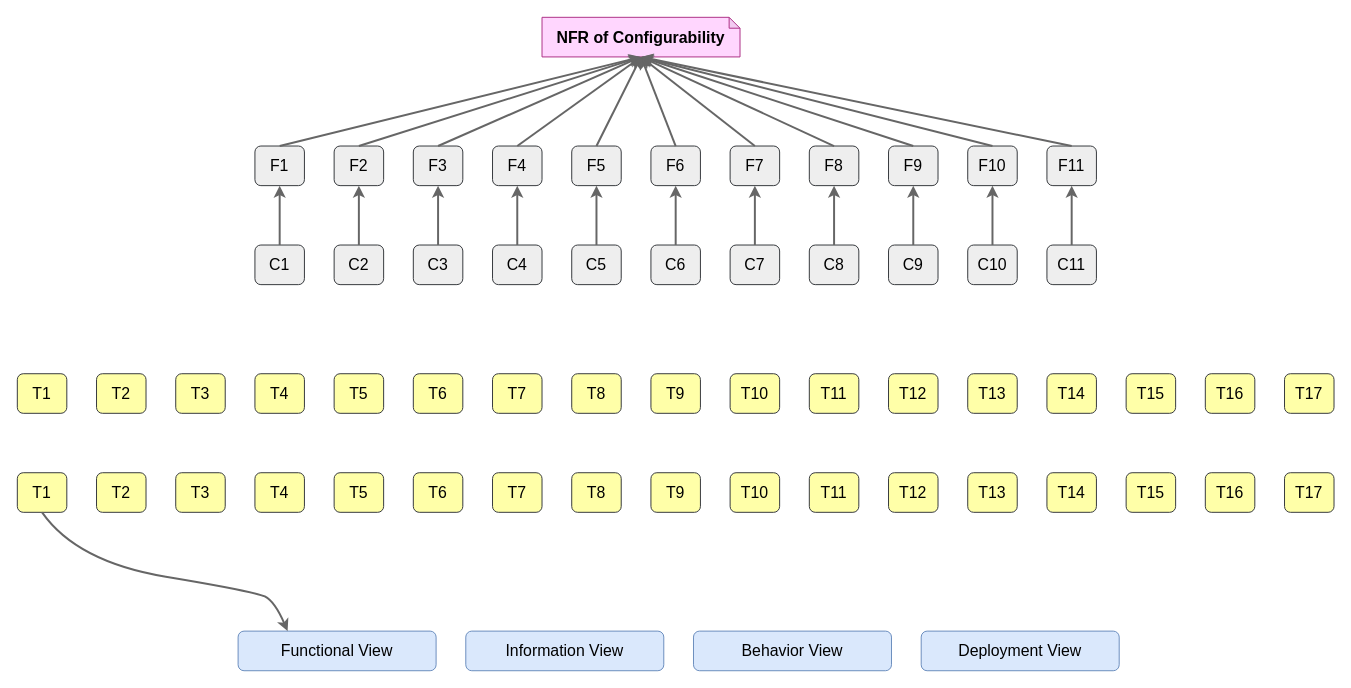
ShineSoYoung/TEST keeps this draw.io diagram as final_nfr_traceability.drawio. Above is the earlier version. Source tidied: cells renumbered, new cells numbered last; positions are measured from the earlier drawing's top-left corner, leaving out a move shared by most shapes. Both pictures are drawn from the tidied source at 99%, with x=0, y=0 at pixel (17, 17).
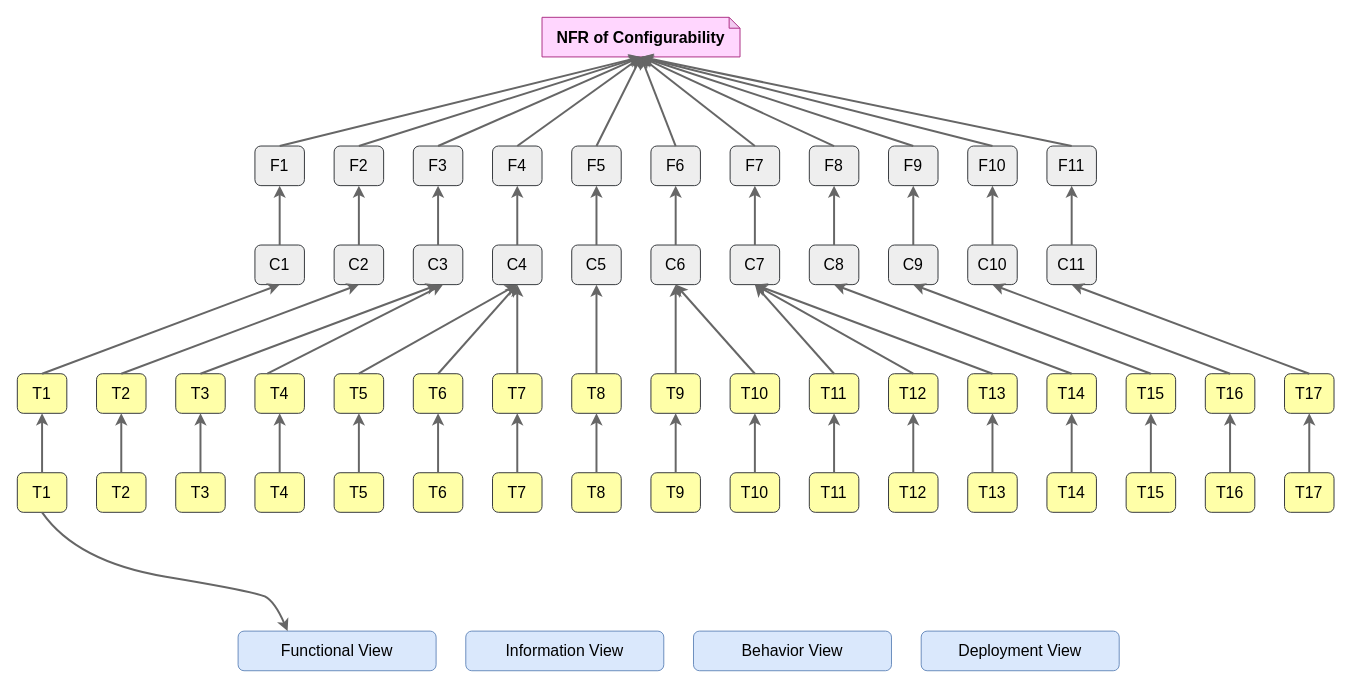
Above is the later version.

Unchanged cells that the change refers to:
```xml
<mxCell id="14" value="&lt;font style=&quot;font-size: 16px;&quot;&gt;C1&lt;/font&gt;" style="rounded=1;whiteSpace=wrap;html=1;fillColor=#eeeeee;strokeColor=#36393d;" parent="1" vertex="1">
<mxCell id="15" value="&lt;font style=&quot;font-size: 16px;&quot;&gt;C2&lt;/font&gt;" style="rounded=1;whiteSpace=wrap;html=1;fillColor=#eeeeee;strokeColor=#36393d;" parent="1" vertex="1">
<mxCell id="16" value="&lt;font style=&quot;font-size: 16px;&quot;&gt;C3&lt;/font&gt;" style="rounded=1;whiteSpace=wrap;html=1;fillColor=#eeeeee;strokeColor=#36393d;" parent="1" vertex="1">
<mxCell id="17" value="&lt;font style=&quot;font-size: 16px;&quot;&gt;C4&lt;/font&gt;" style="rounded=1;whiteSpace=wrap;html=1;fillColor=#eeeeee;strokeColor=#36393d;" parent="1" vertex="1">
<mxCell id="18" value="&lt;font style=&quot;font-size: 16px;&quot;&gt;C5&lt;/font&gt;" style="rounded=1;whiteSpace=wrap;html=1;fillColor=#eeeeee;strokeColor=#36393d;" parent="1" vertex="1">
<mxCell id="19" value="&lt;font style=&quot;font-size: 16px;&quot;&gt;C6&lt;/font&gt;" style="rounded=1;whiteSpace=wrap;html=1;fillColor=#eeeeee;strokeColor=#36393d;" parent="1" vertex="1">
<mxCell id="20" value="&lt;font style=&quot;font-size: 16px;&quot;&gt;C7&lt;/font&gt;" style="rounded=1;whiteSpace=wrap;html=1;fillColor=#eeeeee;strokeColor=#36393d;" parent="1" vertex="1">
<mxCell id="21" value="&lt;font style=&quot;font-size: 16px;&quot;&gt;C8&lt;/font&gt;" style="rounded=1;whiteSpace=wrap;html=1;fillColor=#eeeeee;strokeColor=#36393d;" parent="1" vertex="1">
<mxCell id="22" value="&lt;font style=&quot;font-size: 16px;&quot;&gt;C9&lt;/font&gt;" style="rounded=1;whiteSpace=wrap;html=1;fillColor=#eeeeee;strokeColor=#36393d;" parent="1" vertex="1">
<mxCell id="23" value="&lt;font style=&quot;font-size: 16px;&quot;&gt;C10&lt;/font&gt;" style="rounded=1;whiteSpace=wrap;html=1;fillColor=#eeeeee;strokeColor=#36393d;" parent="1" vertex="1">
<mxCell id="24" value="&lt;font style=&quot;font-size: 16px;&quot;&gt;C11&lt;/font&gt;" style="rounded=1;whiteSpace=wrap;html=1;fillColor=#eeeeee;strokeColor=#36393d;" parent="1" vertex="1">
<mxCell id="25" value="&lt;font style=&quot;font-size: 16px;&quot;&gt;T1&lt;/font&gt;" style="rounded=1;whiteSpace=wrap;html=1;fillColor=#ffffa8;strokeColor=#36393d;" parent="1" vertex="1">
<mxCell id="26" value="&lt;font style=&quot;font-size: 16px;&quot;&gt;T2&lt;/font&gt;" style="rounded=1;whiteSpace=wrap;html=1;fillColor=#ffffa8;strokeColor=#36393d;" parent="1" vertex="1">
<mxCell id="27" value="&lt;font style=&quot;font-size: 16px;&quot;&gt;T3&lt;/font&gt;" style="rounded=1;whiteSpace=wrap;html=1;fillColor=#ffffa8;strokeColor=#36393d;" parent="1" vertex="1">
<mxCell id="28" value="&lt;font style=&quot;font-size: 16px;&quot;&gt;T4&lt;/font&gt;" style="rounded=1;whiteSpace=wrap;html=1;fillColor=#ffffa8;strokeColor=#36393d;" parent="1" vertex="1">
<mxCell id="29" value="&lt;font style=&quot;font-size: 16px;&quot;&gt;T5&lt;/font&gt;" style="rounded=1;whiteSpace=wrap;html=1;fillColor=#ffffa8;strokeColor=#36393d;" parent="1" vertex="1">
<mxCell id="30" value="&lt;font style=&quot;font-size: 16px;&quot;&gt;T6&lt;/font&gt;" style="rounded=1;whiteSpace=wrap;html=1;fillColor=#ffffa8;strokeColor=#36393d;" parent="1" vertex="1">
<mxCell id="31" value="&lt;font style=&quot;font-size: 16px;&quot;&gt;T7&lt;/font&gt;" style="rounded=1;whiteSpace=wrap;html=1;fillColor=#ffffa8;strokeColor=#36393d;" parent="1" vertex="1">
<mxCell id="32" value="&lt;font style=&quot;font-size: 16px;&quot;&gt;T8&lt;/font&gt;" style="rounded=1;whiteSpace=wrap;html=1;fillColor=#ffffa8;strokeColor=#36393d;" parent="1" vertex="1">
<mxCell id="33" value="&lt;font style=&quot;font-size: 16px;&quot;&gt;T9&lt;/font&gt;" style="rounded=1;whiteSpace=wrap;html=1;fillColor=#ffffa8;strokeColor=#36393d;" parent="1" vertex="1">
<mxCell id="34" value="&lt;font style=&quot;font-size: 16px;&quot;&gt;T10&lt;/font&gt;" style="rounded=1;whiteSpace=wrap;html=1;fillColor=#ffffa8;strokeColor=#36393d;" parent="1" vertex="1">
<mxCell id="35" value="&lt;font style=&quot;font-size: 16px;&quot;&gt;T11&lt;/font&gt;" style="rounded=1;whiteSpace=wrap;html=1;fillColor=#ffffa8;strokeColor=#36393d;" parent="1" vertex="1">
<mxCell id="36" value="&lt;font style=&quot;font-size: 16px;&quot;&gt;T12&lt;/font&gt;" style="rounded=1;whiteSpace=wrap;html=1;fillColor=#ffffa8;strokeColor=#36393d;" parent="1" vertex="1">
<mxCell id="37" value="&lt;font style=&quot;font-size: 16px;&quot;&gt;T13&lt;/font&gt;" style="rounded=1;whiteSpace=wrap;html=1;fillColor=#ffffa8;strokeColor=#36393d;" parent="1" vertex="1">
<mxCell id="38" value="&lt;font style=&quot;font-size: 16px;&quot;&gt;T14&lt;/font&gt;" style="rounded=1;whiteSpace=wrap;html=1;fillColor=#ffffa8;strokeColor=#36393d;" parent="1" vertex="1">
<mxCell id="39" value="&lt;font style=&quot;font-size: 16px;&quot;&gt;T15&lt;/font&gt;" style="rounded=1;whiteSpace=wrap;html=1;fillColor=#ffffa8;strokeColor=#36393d;" parent="1" vertex="1">
<mxCell id="40" value="&lt;font style=&quot;font-size: 16px;&quot;&gt;T16&lt;/font&gt;" style="rounded=1;whiteSpace=wrap;html=1;fillColor=#ffffa8;strokeColor=#36393d;" parent="1" vertex="1">
<mxCell id="41" value="&lt;font style=&quot;font-size: 16px;&quot;&gt;T17&lt;/font&gt;" style="rounded=1;whiteSpace=wrap;html=1;fillColor=#ffffa8;strokeColor=#36393d;" parent="1" vertex="1">
<mxCell id="42" value="&lt;font style=&quot;font-size: 16px;&quot;&gt;T1&lt;/font&gt;" style="rounded=1;whiteSpace=wrap;html=1;fillColor=#ffffa8;strokeColor=#36393d;" parent="1" vertex="1">
<mxCell id="43" value="&lt;font style=&quot;font-size: 16px;&quot;&gt;T2&lt;/font&gt;" style="rounded=1;whiteSpace=wrap;html=1;fillColor=#ffffa8;strokeColor=#36393d;" parent="1" vertex="1">
<mxCell id="44" value="&lt;font style=&quot;font-size: 16px;&quot;&gt;T3&lt;/font&gt;" style="rounded=1;whiteSpace=wrap;html=1;fillColor=#ffffa8;strokeColor=#36393d;" parent="1" vertex="1">
<mxCell id="45" value="&lt;font style=&quot;font-size: 16px;&quot;&gt;T4&lt;/font&gt;" style="rounded=1;whiteSpace=wrap;html=1;fillColor=#ffffa8;strokeColor=#36393d;" parent="1" vertex="1">
<mxCell id="46" value="&lt;font style=&quot;font-size: 16px;&quot;&gt;T5&lt;/font&gt;" style="rounded=1;whiteSpace=wrap;html=1;fillColor=#ffffa8;strokeColor=#36393d;" parent="1" vertex="1">
<mxCell id="47" value="&lt;font style=&quot;font-size: 16px;&quot;&gt;T6&lt;/font&gt;" style="rounded=1;whiteSpace=wrap;html=1;fillColor=#ffffa8;strokeColor=#36393d;" parent="1" vertex="1">
<mxCell id="48" value="&lt;font style=&quot;font-size: 16px;&quot;&gt;T7&lt;/font&gt;" style="rounded=1;whiteSpace=wrap;html=1;fillColor=#ffffa8;strokeColor=#36393d;" parent="1" vertex="1">
<mxCell id="49" value="&lt;font style=&quot;font-size: 16px;&quot;&gt;T8&lt;/font&gt;" style="rounded=1;whiteSpace=wrap;html=1;fillColor=#ffffa8;strokeColor=#36393d;" parent="1" vertex="1">
<mxCell id="50" value="&lt;font style=&quot;font-size: 16px;&quot;&gt;T9&lt;/font&gt;" style="rounded=1;whiteSpace=wrap;html=1;fillColor=#ffffa8;strokeColor=#36393d;" parent="1" vertex="1">
<mxCell id="51" value="&lt;font style=&quot;font-size: 16px;&quot;&gt;T10&lt;/font&gt;" style="rounded=1;whiteSpace=wrap;html=1;fillColor=#ffffa8;strokeColor=#36393d;" parent="1" vertex="1">
<mxCell id="52" value="&lt;font style=&quot;font-size: 16px;&quot;&gt;T11&lt;/font&gt;" style="rounded=1;whiteSpace=wrap;html=1;fillColor=#ffffa8;strokeColor=#36393d;" parent="1" vertex="1">
<mxCell id="53" value="&lt;font style=&quot;font-size: 16px;&quot;&gt;T12&lt;/font&gt;" style="rounded=1;whiteSpace=wrap;html=1;fillColor=#ffffa8;strokeColor=#36393d;" parent="1" vertex="1">
<mxCell id="54" value="&lt;font style=&quot;font-size: 16px;&quot;&gt;T13&lt;/font&gt;" style="rounded=1;whiteSpace=wrap;html=1;fillColor=#ffffa8;strokeColor=#36393d;" parent="1" vertex="1">
<mxCell id="55" value="&lt;font style=&quot;font-size: 16px;&quot;&gt;T14&lt;/font&gt;" style="rounded=1;whiteSpace=wrap;html=1;fillColor=#ffffa8;strokeColor=#36393d;" parent="1" vertex="1">
<mxCell id="56" value="&lt;font style=&quot;font-size: 16px;&quot;&gt;T15&lt;/font&gt;" style="rounded=1;whiteSpace=wrap;html=1;fillColor=#ffffa8;strokeColor=#36393d;" parent="1" vertex="1">
<mxCell id="57" value="&lt;font style=&quot;font-size: 16px;&quot;&gt;T16&lt;/font&gt;" style="rounded=1;whiteSpace=wrap;html=1;fillColor=#ffffa8;strokeColor=#36393d;" parent="1" vertex="1">
<mxCell id="58" value="&lt;font style=&quot;font-size: 16px;&quot;&gt;T17&lt;/font&gt;" style="rounded=1;whiteSpace=wrap;html=1;fillColor=#ffffa8;strokeColor=#36393d;" parent="1" vertex="1">
```

Change to the diagram source:
```diff
@@
+    <mxCell id="86" style="endArrow=classic;html=1;rounded=0;fillColor=#f5f5f5;strokeColor=#666666;strokeWidth=2;exitX=0.5;exitY=0;exitDx=0;exitDy=0;entryX=0.5;entryY=1;entryDx=0;entryDy=0;" parent="1" edge="1" source="25" target="14">
+      <mxGeometry relative="1" as="geometry" />
+    </mxCell>
+    <mxCell id="87" style="endArrow=classic;html=1;rounded=0;fillColor=#f5f5f5;strokeColor=#666666;strokeWidth=2;exitX=0.5;exitY=0;exitDx=0;exitDy=0;entryX=0.5;entryY=1;entryDx=0;entryDy=0;" parent="1" edge="1" source="26" target="15">
+      <mxGeometry relative="1" as="geometry" />
+    </mxCell>
+    <mxCell id="88" style="endArrow=classic;html=1;rounded=0;fillColor=#f5f5f5;strokeColor=#666666;strokeWidth=2;exitX=0.5;exitY=0;exitDx=0;exitDy=0;entryX=0.5;entryY=1;entryDx=0;entryDy=0;" parent="1" edge="1" source="27" target="16">
+      <mxGeometry relative="1" as="geometry" />
+    </mxCell>
+    <mxCell id="89" style="endArrow=classic;html=1;rounded=0;fillColor=#f5f5f5;strokeColor=#666666;strokeWidth=2;exitX=0.25;exitY=0;exitDx=0;exitDy=0;" parent="1" edge="1" source="28">
+      <mxGeometry relative="1" as="geometry">
+        <mxPoint x="430" y="270" as="targetPoint" />
+      </mxGeometry>
+    </mxCell>
+    <mxCell id="90" style="endArrow=classic;html=1;rounded=0;fillColor=#f5f5f5;strokeColor=#666666;strokeWidth=2;exitX=0.5;exitY=0;exitDx=0;exitDy=0;entryX=0.5;entryY=1;entryDx=0;entryDy=0;" parent="1" edge="1" source="29" target="17">
+      <mxGeometry relative="1" as="geometry" />
+    </mxCell>
+    <mxCell id="91" style="endArrow=classic;html=1;rounded=0;fillColor=#f5f5f5;strokeColor=#666666;strokeWidth=2;exitX=0.5;exitY=0;exitDx=0;exitDy=0;entryX=0.5;entryY=1;entryDx=0;entryDy=0;" parent="1" edge="1" source="30" target="17">
+      <mxGeometry relative="1" as="geometry" />
+    </mxCell>
+    <mxCell id="92" style="endArrow=classic;html=1;rounded=0;fillColor=#f5f5f5;strokeColor=#666666;strokeWidth=2;exitX=0.5;exitY=0;exitDx=0;exitDy=0;entryX=0.5;entryY=1;entryDx=0;entryDy=0;" parent="1" edge="1" source="31" target="17">
+      <mxGeometry relative="1" as="geometry" />
+    </mxCell>
+    <mxCell id="93" style="endArrow=classic;html=1;rounded=0;fillColor=#f5f5f5;strokeColor=#666666;strokeWidth=2;exitX=0.5;exitY=0;exitDx=0;exitDy=0;entryX=0.5;entryY=1;entryDx=0;entryDy=0;" parent="1" edge="1" source="32" target="18">
+      <mxGeometry relative="1" as="geometry" />
+    </mxCell>
+    <mxCell id="94" style="endArrow=classic;html=1;rounded=0;fillColor=#f5f5f5;strokeColor=#666666;strokeWidth=2;exitX=0.5;exitY=0;exitDx=0;exitDy=0;entryX=0.5;entryY=1;entryDx=0;entryDy=0;" parent="1" edge="1" source="33" target="19">
+      <mxGeometry relative="1" as="geometry" />
+    </mxCell>
+    <mxCell id="95" style="endArrow=classic;html=1;rounded=0;fillColor=#f5f5f5;strokeColor=#666666;strokeWidth=2;exitX=0.5;exitY=0;exitDx=0;exitDy=0;entryX=0.5;entryY=1;entryDx=0;entryDy=0;" parent="1" edge="1" source="34" target="19">
+      <mxGeometry relative="1" as="geometry" />
+    </mxCell>
+    <mxCell id="96" style="endArrow=classic;html=1;rounded=0;fillColor=#f5f5f5;strokeColor=#666666;strokeWidth=2;exitX=0.5;exitY=0;exitDx=0;exitDy=0;entryX=0.5;entryY=1;entryDx=0;entryDy=0;" parent="1" edge="1" source="35" target="20">
+      <mxGeometry relative="1" as="geometry" />
+    </mxCell>
+    <mxCell id="97" style="endArrow=classic;html=1;rounded=0;fillColor=#f5f5f5;strokeColor=#666666;strokeWidth=2;exitX=0.5;exitY=0;exitDx=0;exitDy=0;entryX=0.5;entryY=1;entryDx=0;entryDy=0;" parent="1" edge="1" source="36" target="20">
+      <mxGeometry relative="1" as="geometry" />
+    </mxCell>
+    <mxCell id="98" style="endArrow=classic;html=1;rounded=0;fillColor=#f5f5f5;strokeColor=#666666;strokeWidth=2;exitX=0.5;exitY=0;exitDx=0;exitDy=0;entryX=0.5;entryY=1;entryDx=0;entryDy=0;" parent="1" edge="1" source="37" target="20">
+      <mxGeometry relative="1" as="geometry" />
+    </mxCell>
+    <mxCell id="99" style="endArrow=classic;html=1;rounded=0;fillColor=#f5f5f5;strokeColor=#666666;strokeWidth=2;exitX=0.5;exitY=0;exitDx=0;exitDy=0;entryX=0.5;entryY=1;entryDx=0;entryDy=0;" parent="1" edge="1" source="38" target="21">
+      <mxGeometry relative="1" as="geometry" />
+    </mxCell>
+    <mxCell id="100" style="endArrow=classic;html=1;rounded=0;fillColor=#f5f5f5;strokeColor=#666666;strokeWidth=2;exitX=0.5;exitY=0;exitDx=0;exitDy=0;entryX=0.5;entryY=1;entryDx=0;entryDy=0;" parent="1" edge="1" source="39" target="22">
+      <mxGeometry relative="1" as="geometry" />
+    </mxCell>
+    <mxCell id="101" style="endArrow=classic;html=1;rounded=0;fillColor=#f5f5f5;strokeColor=#666666;strokeWidth=2;exitX=0.5;exitY=0;exitDx=0;exitDy=0;entryX=0.5;entryY=1;entryDx=0;entryDy=0;" parent="1" edge="1" source="40" target="23">
+      <mxGeometry relative="1" as="geometry" />
+    </mxCell>
+    <mxCell id="102" style="endArrow=classic;html=1;rounded=0;fillColor=#f5f5f5;strokeColor=#666666;strokeWidth=2;exitX=0.5;exitY=0;exitDx=0;exitDy=0;entryX=0.5;entryY=1;entryDx=0;entryDy=0;" parent="1" edge="1" source="41" target="24">
+      <mxGeometry relative="1" as="geometry" />
+    </mxCell>
+    <mxCell id="103" style="endArrow=classic;html=1;rounded=0;fillColor=#f5f5f5;strokeColor=#666666;strokeWidth=2;exitX=0.5;exitY=0;exitDx=0;exitDy=0;entryX=0.5;entryY=1;entryDx=0;entryDy=0;" parent="1" edge="1" source="42" target="25">
+      <mxGeometry relative="1" as="geometry" />
+    </mxCell>
+    <mxCell id="104" style="endArrow=classic;html=1;rounded=0;fillColor=#f5f5f5;strokeColor=#666666;strokeWidth=2;exitX=0.5;exitY=0;exitDx=0;exitDy=0;entryX=0.5;entryY=1;entryDx=0;entryDy=0;" parent="1" edge="1" source="43" target="26">
+      <mxGeometry relative="1" as="geometry" />
+    </mxCell>
+    <mxCell id="105" style="endArrow=classic;html=1;rounded=0;fillColor=#f5f5f5;strokeColor=#666666;strokeWidth=2;exitX=0.5;exitY=0;exitDx=0;exitDy=0;entryX=0.5;entryY=1;entryDx=0;entryDy=0;" parent="1" edge="1" source="44" target="27">
+      <mxGeometry relative="1" as="geometry" />
+    </mxCell>
+    <mxCell id="106" style="endArrow=classic;html=1;rounded=0;fillColor=#f5f5f5;strokeColor=#666666;strokeWidth=2;exitX=0.5;exitY=0;exitDx=0;exitDy=0;entryX=0.5;entryY=1;entryDx=0;entryDy=0;" parent="1" edge="1" source="45" target="28">
+      <mxGeometry relative="1" as="geometry" />
+    </mxCell>
+    <mxCell id="107" style="endArrow=classic;html=1;rounded=0;fillColor=#f5f5f5;strokeColor=#666666;strokeWidth=2;exitX=0.5;exitY=0;exitDx=0;exitDy=0;entryX=0.5;entryY=1;entryDx=0;entryDy=0;" parent="1" edge="1" source="46" target="29">
+      <mxGeometry relative="1" as="geometry" />
+    </mxCell>
+    <mxCell id="108" style="endArrow=classic;html=1;rounded=0;fillColor=#f5f5f5;strokeColor=#666666;strokeWidth=2;exitX=0.5;exitY=0;exitDx=0;exitDy=0;entryX=0.5;entryY=1;entryDx=0;entryDy=0;" parent="1" edge="1" source="47" target="30">
+      <mxGeometry relative="1" as="geometry" />
+    </mxCell>
+    <mxCell id="109" style="endArrow=classic;html=1;rounded=0;fillColor=#f5f5f5;strokeColor=#666666;strokeWidth=2;exitX=0.5;exitY=0;exitDx=0;exitDy=0;entryX=0.5;entryY=1;entryDx=0;entryDy=0;" parent="1" edge="1" source="48" target="31">
+      <mxGeometry relative="1" as="geometry" />
+    </mxCell>
+    <mxCell id="110" style="endArrow=classic;html=1;rounded=0;fillColor=#f5f5f5;strokeColor=#666666;strokeWidth=2;exitX=0.5;exitY=0;exitDx=0;exitDy=0;entryX=0.5;entryY=1;entryDx=0;entryDy=0;" parent="1" edge="1" source="49" target="32">
+      <mxGeometry relative="1" as="geometry" />
+    </mxCell>
+    <mxCell id="111" style="endArrow=classic;html=1;rounded=0;fillColor=#f5f5f5;strokeColor=#666666;strokeWidth=2;exitX=0.5;exitY=0;exitDx=0;exitDy=0;entryX=0.5;entryY=1;entryDx=0;entryDy=0;" parent="1" edge="1" source="50" target="33">
+      <mxGeometry relative="1" as="geometry" />
+    </mxCell>
+    <mxCell id="112" style="endArrow=classic;html=1;rounded=0;fillColor=#f5f5f5;strokeColor=#666666;strokeWidth=2;exitX=0.5;exitY=0;exitDx=0;exitDy=0;entryX=0.5;entryY=1;entryDx=0;entryDy=0;" parent="1" edge="1" source="51" target="34">
+      <mxGeometry relative="1" as="geometry" />
+    </mxCell>
+    <mxCell id="113" style="endArrow=classic;html=1;rounded=0;fillColor=#f5f5f5;strokeColor=#666666;strokeWidth=2;exitX=0.5;exitY=0;exitDx=0;exitDy=0;entryX=0.5;entryY=1;entryDx=0;entryDy=0;" parent="1" edge="1" source="52" target="35">
+      <mxGeometry relative="1" as="geometry" />
+    </mxCell>
+    <mxCell id="114" style="endArrow=classic;html=1;rounded=0;fillColor=#f5f5f5;strokeColor=#666666;strokeWidth=2;exitX=0.5;exitY=0;exitDx=0;exitDy=0;entryX=0.5;entryY=1;entryDx=0;entryDy=0;" parent="1" edge="1" source="53" target="36">
+      <mxGeometry relative="1" as="geometry" />
+    </mxCell>
+    <mxCell id="115" style="endArrow=classic;html=1;rounded=0;fillColor=#f5f5f5;strokeColor=#666666;strokeWidth=2;exitX=0.5;exitY=0;exitDx=0;exitDy=0;entryX=0.5;entryY=1;entryDx=0;entryDy=0;" parent="1" edge="1" source="54" target="37">
+      <mxGeometry relative="1" as="geometry" />
+    </mxCell>
+    <mxCell id="116" style="endArrow=classic;html=1;rounded=0;fillColor=#f5f5f5;strokeColor=#666666;strokeWidth=2;exitX=0.5;exitY=0;exitDx=0;exitDy=0;entryX=0.5;entryY=1;entryDx=0;entryDy=0;" parent="1" edge="1" source="55" target="38">
+      <mxGeometry relative="1" as="geometry" />
+    </mxCell>
+    <mxCell id="117" style="endArrow=classic;html=1;rounded=0;fillColor=#f5f5f5;strokeColor=#666666;strokeWidth=2;exitX=0.5;exitY=0;exitDx=0;exitDy=0;entryX=0.5;entryY=1;entryDx=0;entryDy=0;" parent="1" edge="1" source="56" target="39">
+      <mxGeometry relative="1" as="geometry" />
+    </mxCell>
+    <mxCell id="118" style="endArrow=classic;html=1;rounded=0;fillColor=#f5f5f5;strokeColor=#666666;strokeWidth=2;exitX=0.5;exitY=0;exitDx=0;exitDy=0;entryX=0.5;entryY=1;entryDx=0;entryDy=0;" parent="1" edge="1" source="57" target="40">
+      <mxGeometry relative="1" as="geometry" />
+    </mxCell>
+    <mxCell id="119" style="endArrow=classic;html=1;rounded=0;fillColor=#f5f5f5;strokeColor=#666666;strokeWidth=2;exitX=0.5;exitY=0;exitDx=0;exitDy=0;entryX=0.5;entryY=1;entryDx=0;entryDy=0;" parent="1" edge="1" source="58" target="41">
+      <mxGeometry relative="1" as="geometry" />
+    </mxCell>
```
